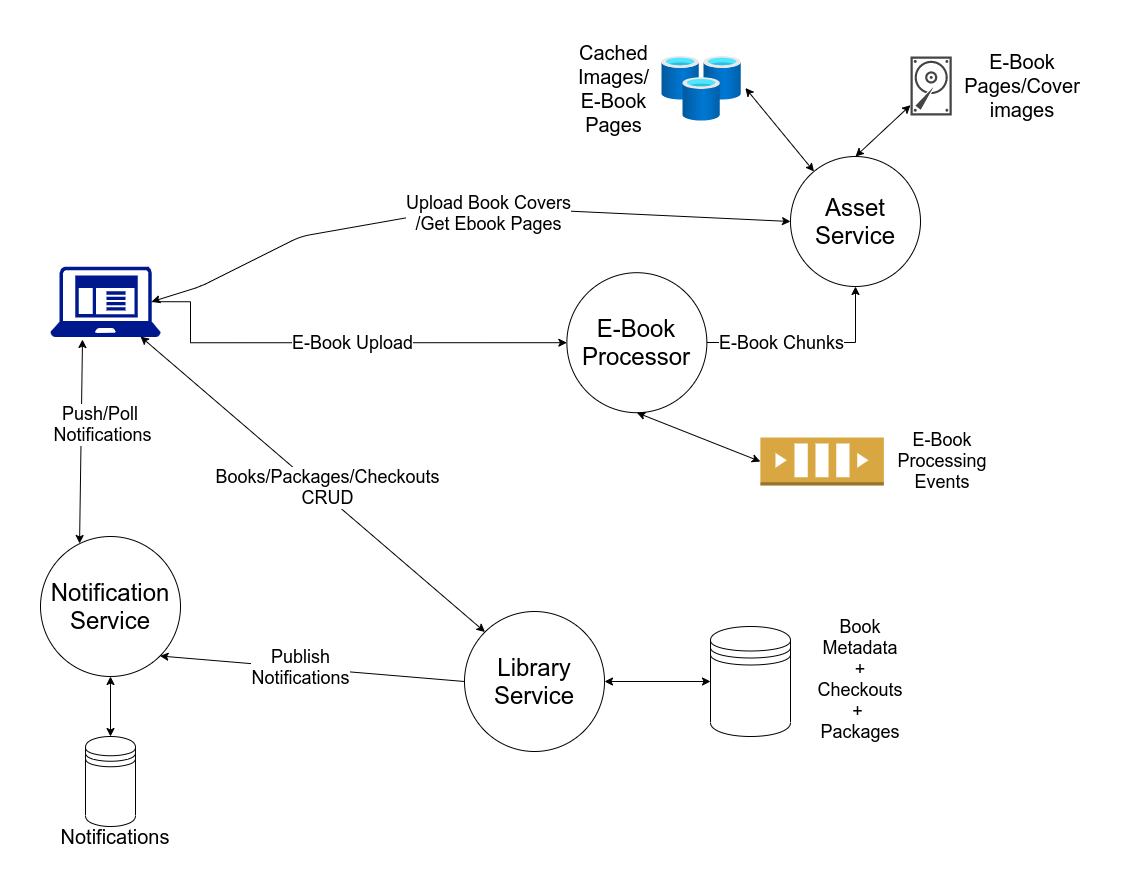
Earlier version of the draw.io export architectural_diagram.png (SujanKumarMitra/e-library). Source tidied: cells renumbered, new cells last; positions are measured from the earlier drawing's top-left corner, leaving out a move shared by most shapes.
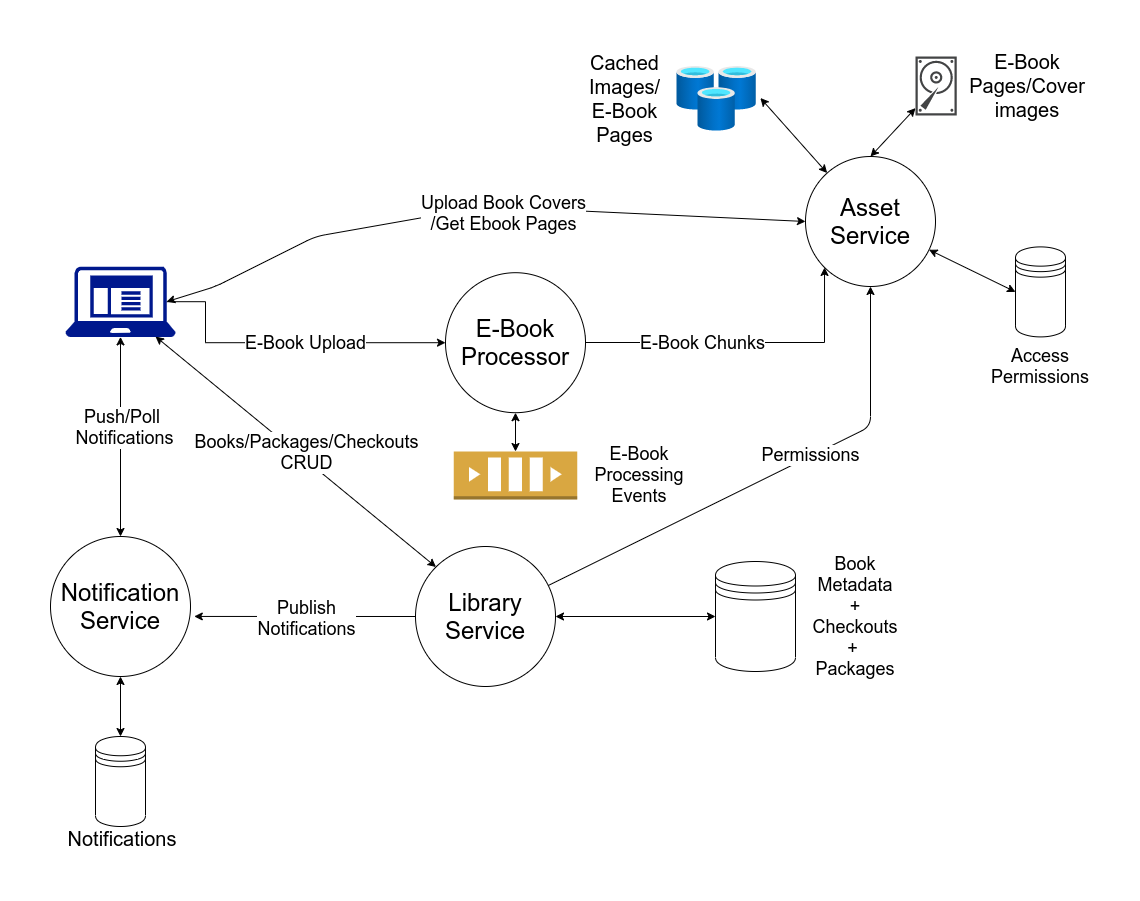
After the commit.

Commit message:
Changes in Architecture 1. Asset Services has its own db to track whether an asset can be accessed by whom and for what duration.

Diff of the diagram source:
```diff
@@ -3,40 +3,40 @@
     <mxCell id="0" />
     <mxCell id="1" parent="0" />
     <mxCell id="2" value="&lt;span style=&quot;font-size: 24px&quot;&gt;Library&lt;br&gt;Service&lt;br&gt;&lt;/span&gt;" style="ellipse;whiteSpace=wrap;html=1;" parent="1" vertex="1">
-      <mxGeometry x="424" y="555" width="140" height="140" as="geometry" />
+      <mxGeometry x="360" y="490" width="140" height="140" as="geometry" />
     </mxCell>
     <mxCell id="3" value="&lt;span style=&quot;font-size: 24px&quot;&gt;Asset&lt;br&gt;Service&lt;br&gt;&lt;/span&gt;" style="ellipse;whiteSpace=wrap;html=1;" parent="1" vertex="1">
       <mxGeometry x="750" y="100" width="130" height="130" as="geometry" />
     </mxCell>
     <mxCell id="4" value="&lt;span style=&quot;font-size: 24px&quot;&gt;Notification&lt;br&gt;Service&lt;br&gt;&lt;/span&gt;" style="ellipse;whiteSpace=wrap;html=1;" parent="1" vertex="1">
-      <mxGeometry y="480" width="140" height="140" as="geometry" />
+      <mxGeometry x="-5" y="480" width="140" height="140" as="geometry" />
     </mxCell>
     <mxCell id="5" style="sketch=0;shadow=0;dashed=0;html=1;strokeColor=none;fillColor=#434445;labelPosition=center;verticalLabelPosition=bottom;verticalAlign=top;align=center;outlineConnect=0;shape=mxgraph.vvd.disk;" parent="1" vertex="1">
-      <mxGeometry x="870" width="41.2" height="58.9" as="geometry" />
+      <mxGeometry x="860" width="41.2" height="58.9" as="geometry" />
     </mxCell>
     <mxCell id="6" value="&lt;font style=&quot;font-size: 20px&quot;&gt;Cached Images/ E-Book Pages&lt;br&gt;&lt;/font&gt;" style="text;html=1;strokeColor=none;fillColor=none;align=center;verticalAlign=middle;whiteSpace=wrap;rounded=0;" parent="1" vertex="1">
-      <mxGeometry x="526.4" y="22" width="95" height="20" as="geometry" />
+      <mxGeometry x="521.8" y="32.3" width="95" height="20" as="geometry" />
     </mxCell>
     <mxCell id="7" value="&lt;font style=&quot;font-size: 20px&quot;&gt;E-Book Pages/Cover images&lt;/font&gt;" style="text;html=1;strokeColor=none;fillColor=none;align=center;verticalAlign=middle;whiteSpace=wrap;rounded=0;" parent="1" vertex="1">
-      <mxGeometry x="930" y="19.5" width="104" height="20" as="geometry" />
+      <mxGeometry x="920" y="19.5" width="104" height="20" as="geometry" />
     </mxCell>
     <mxCell id="8" style="shape=datastore;whiteSpace=wrap;html=1;" parent="1" vertex="1">
-      <mxGeometry x="670" y="570" width="80" height="110" as="geometry" />
+      <mxGeometry x="660" y="505" width="80" height="110" as="geometry" />
     </mxCell>
     <mxCell id="9" style="shape=datastore;whiteSpace=wrap;html=1;" parent="1" vertex="1">
-      <mxGeometry x="45" y="680" width="50" height="90" as="geometry" />
+      <mxGeometry x="40" y="680" width="50" height="90" as="geometry" />
     </mxCell>
     <mxCell id="10" style="html=1;points=[];align=center;image;fontSize=12;image=img/lib/azure2/databases/Cache_Redis.svg;" parent="1" vertex="1">
-      <mxGeometry x="621.4" width="79.5" height="64.6" as="geometry" />
+      <mxGeometry x="621.4" y="10" width="79.5" height="64.6" as="geometry" />
     </mxCell>
     <mxCell id="11" value="&lt;font style=&quot;font-size: 20px&quot;&gt;Notifications&lt;br&gt;&lt;/font&gt;" style="text;html=1;strokeColor=none;fillColor=none;align=center;verticalAlign=middle;whiteSpace=wrap;rounded=0;" parent="1" vertex="1">
-      <mxGeometry x="55" y="770" width="40" height="20" as="geometry" />
+      <mxGeometry x="47" y="772" width="40" height="20" as="geometry" />
     </mxCell>
-    <mxCell id="12" style="edgeStyle=orthogonalEdgeStyle;rounded=0;jettySize=auto;html=1;entryX=0.5;entryY=1;entryDx=0;entryDy=0;fontSize=18;exitX=0.995;exitY=0.448;exitDx=0;exitDy=0;exitPerimeter=0;" parent="1" edge="1" source="14" target="3">
+    <mxCell id="12" style="edgeStyle=orthogonalEdgeStyle;rounded=0;jettySize=auto;html=1;entryX=0;entryY=1;entryDx=0;entryDy=0;fontSize=18;exitX=0.995;exitY=0.448;exitDx=0;exitDy=0;exitPerimeter=0;" parent="1" edge="1" source="14" target="3">
       <mxGeometry relative="1" as="geometry">
         <Array as="points">
-          <mxPoint x="666" y="286" />
-          <mxPoint x="815" y="286" />
+          <mxPoint x="529" y="286" />
+          <mxPoint x="769" y="286" />
         </Array>
       </mxGeometry>
     </mxCell>
@@ -46,7 +46,7 @@
       </mxGeometry>
     </mxCell>
     <mxCell id="14" value="&lt;span style=&quot;font-size: 24px&quot;&gt;E-Book&lt;br&gt;Processor&lt;br&gt;&lt;/span&gt;" style="ellipse;whiteSpace=wrap;html=1;" parent="1" vertex="1">
-      <mxGeometry x="526.4" y="216.2" width="140" height="140" as="geometry" />
+      <mxGeometry x="390" y="216.2" width="140" height="140" as="geometry" />
     </mxCell>
     <mxCell id="15" style="endArrow=classic;startArrow=classic;html=1;fontSize=18;entryX=0;entryY=0.5;entryDx=0;entryDy=0;exitX=0.92;exitY=0.5;exitDx=0;exitDy=0;exitPerimeter=0;" parent="1" edge="1" source="34" target="3">
       <mxGeometry relative="1" as="geometry">
@@ -82,32 +82,32 @@
       <mxGeometry relative="1" as="geometry" />
     </mxCell>
     <mxCell id="21" style="outlineConnect=0;dashed=0;verticalLabelPosition=bottom;verticalAlign=top;align=center;html=1;shape=mxgraph.aws3.queue;fillColor=#D9A741;gradientColor=none;fontSize=18;" parent="1" vertex="1">
-      <mxGeometry x="719.9" y="381" width="123.5" height="48" as="geometry" />
+      <mxGeometry x="398.2" y="395" width="123.5" height="48" as="geometry" />
     </mxCell>
     <mxCell id="22" value="E-Book Processing Events" style="text;html=1;strokeColor=none;fillColor=none;align=center;verticalAlign=middle;whiteSpace=wrap;rounded=0;fontSize=18;" parent="1" vertex="1">
-      <mxGeometry x="881.6" y="395" width="40" height="20" as="geometry" />
+      <mxGeometry x="564" y="409" width="40" height="20" as="geometry" />
     </mxCell>
-    <mxCell id="23" style="endArrow=classic;startArrow=classic;html=1;fontSize=18;entryX=0.5;entryY=1;entryDx=0;entryDy=0;exitX=0;exitY=0.5;exitDx=0;exitDy=0;exitPerimeter=0;" parent="1" edge="1" source="21" target="14">
+    <mxCell id="23" style="endArrow=classic;startArrow=classic;html=1;fontSize=18;entryX=0.5;entryY=1;entryDx=0;entryDy=0;exitX=0.5;exitY=0;exitDx=0;exitDy=0;exitPerimeter=0;" parent="1" edge="1" source="21" target="14">
       <mxGeometry relative="1" as="geometry" />
     </mxCell>
     <mxCell id="24" value="Book Metadata + Checkouts +&amp;nbsp;&lt;br&gt;Packages" style="text;html=1;strokeColor=none;fillColor=none;align=center;verticalAlign=middle;whiteSpace=wrap;rounded=0;fontSize=18;" parent="1" vertex="1">
-      <mxGeometry x="800" y="583" width="40" height="80" as="geometry" />
+      <mxGeometry x="780" y="520" width="40" height="80" as="geometry" />
     </mxCell>
     <mxCell id="25" style="endArrow=classic;startArrow=classic;html=1;fontSize=18;entryX=0;entryY=0.5;entryDx=0;entryDy=0;" parent="1" edge="1" source="2" target="8">
       <mxGeometry relative="1" as="geometry" />
     </mxCell>
-    <mxCell id="26" style="endArrow=classic;startArrow=classic;html=1;fontSize=18;entryX=0.279;entryY=0.05;entryDx=0;entryDy=0;entryPerimeter=0;exitX=0.291;exitY=1.037;exitDx=0;exitDy=0;exitPerimeter=0;" parent="1" edge="1" source="34" target="4">
+    <mxCell id="26" style="endArrow=classic;startArrow=classic;html=1;fontSize=18;entryX=0.5;entryY=0;entryDx=0;entryDy=0;exitX=0.5;exitY=1;exitDx=0;exitDy=0;exitPerimeter=0;" parent="1" edge="1" source="34" target="4">
       <mxGeometry relative="1" as="geometry" />
     </mxCell>
     <mxCell id="27" value="Push/Poll &lt;br&gt;Notifications" style="edgeLabel;html=1;align=center;verticalAlign=middle;fontSize=18;" parent="26" vertex="1">
       <mxGeometry x="-0.32" y="3" relative="1" as="geometry">
-        <mxPoint x="17" y="14" as="offset" />
+        <mxPoint y="22" as="offset" />
       </mxGeometry>
     </mxCell>
     <mxCell id="28" style="endArrow=classic;startArrow=classic;html=1;fontSize=18;entryX=0.5;entryY=1;entryDx=0;entryDy=0;" parent="1" edge="1" source="9" target="4">
       <mxGeometry relative="1" as="geometry" />
     </mxCell>
-    <mxCell id="29" style="endArrow=classic;html=1;fontSize=18;exitX=0;exitY=0.5;exitDx=0;exitDy=0;entryX=1;entryY=1;entryDx=0;entryDy=0;" parent="1" edge="1" source="2" target="4">
+    <mxCell id="29" style="endArrow=classic;html=1;fontSize=18;exitX=0;exitY=0.5;exitDx=0;exitDy=0;entryX=1.027;entryY=0.571;entryDx=0;entryDy=0;entryPerimeter=0;" parent="1" edge="1" source="2" target="4">
       <mxGeometry relative="1" as="geometry" />
     </mxCell>
     <mxCell id="30" value="Publish&lt;br&gt;Notifications" style="edgeLabel;html=1;align=center;verticalAlign=middle;fontSize=18;" parent="29" vertex="1">
@@ -125,11 +125,36 @@
     </mxCell>
     <mxCell id="33" value="Books/Packages/Checkouts&lt;br&gt;CRUD" style="edgeLabel;html=1;align=center;verticalAlign=middle;fontSize=18;" parent="32" vertex="1">
       <mxGeometry x="0.15" y="1" relative="1" as="geometry">
-        <mxPoint x="40" y="23" as="offset" />
+        <mxPoint x="31" y="16" as="offset" />
       </mxGeometry>
     </mxCell>
     <mxCell id="34" style="sketch=0;shadow=0;dashed=0;html=1;strokeColor=none;labelPosition=center;verticalLabelPosition=bottom;verticalAlign=top;align=center;fillColor=#00188D;shape=mxgraph.mscae.enterprise.client_application;fontSize=18;" parent="1" vertex="1">
       <mxGeometry x="10" y="210" width="110" height="70.4" as="geometry" />
     </mxCell>
+    <mxCell id="35" style="edgeStyle=orthogonalEdgeStyle;rounded=0;orthogonalLoop=1;jettySize=auto;html=1;exitX=0.5;exitY=1;exitDx=0;exitDy=0;fontSize=17;" parent="1" edge="1" source="6" target="6">
+      <mxGeometry relative="1" as="geometry" />
+    </mxCell>
+    <mxCell id="36" style="shape=datastore;whiteSpace=wrap;html=1;" parent="1" vertex="1">
+      <mxGeometry x="960" y="190.4" width="50" height="90" as="geometry" />
+    </mxCell>
+    <mxCell id="37" value="Access Permissions&lt;br&gt;" style="text;html=1;strokeColor=none;fillColor=none;align=center;verticalAlign=middle;whiteSpace=wrap;rounded=0;fontSize=18;" parent="1" vertex="1">
+      <mxGeometry x="965" y="300" width="40" height="20" as="geometry" />
+    </mxCell>
+    <mxCell id="38" style="edgeStyle=orthogonalEdgeStyle;rounded=0;orthogonalLoop=1;jettySize=auto;html=1;exitX=0.5;exitY=1;exitDx=0;exitDy=0;" parent="1" edge="1" source="37" target="37">
+      <mxGeometry relative="1" as="geometry" />
+    </mxCell>
+    <mxCell id="39" style="endArrow=classic;startArrow=classic;html=1;entryX=0;entryY=0.5;entryDx=0;entryDy=0;" parent="1" edge="1" source="3" target="36">
+      <mxGeometry relative="1" as="geometry" />
+    </mxCell>
+    <mxCell id="40" style="endArrow=classic;html=1;fontSize=18;entryX=0.5;entryY=1;entryDx=0;entryDy=0;" parent="1" edge="1" source="2" target="3">
+      <mxGeometry relative="1" as="geometry">
+        <Array as="points">
+          <mxPoint x="815" y="370" />
+        </Array>
+      </mxGeometry>
+    </mxCell>
+    <mxCell id="41" value="Permissions" style="edgeLabel;html=1;align=center;verticalAlign=middle;fontSize=18;" parent="40" vertex="1">
+      <mxGeometry x="0.17" y="1" relative="1" as="geometry" />
+    </mxCell>
   </root>
 </mxGraphModel>
```
